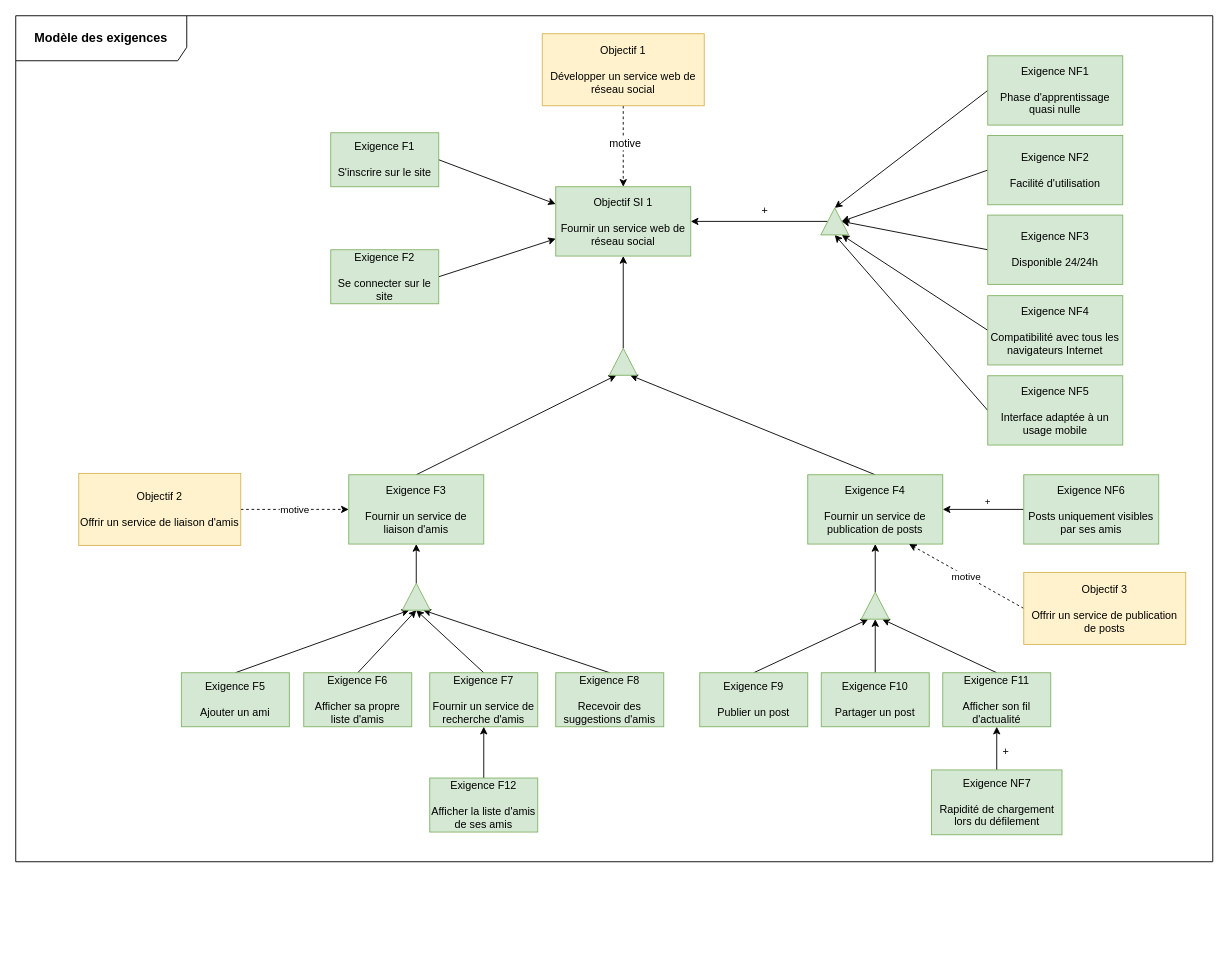
This is documentation/objectives-analysis/Exigences model.drawio from marcheimendinger/little-social-network, a draw.io file, before an edit. Source tidied: cells renumbered, new cells numbered last; positions are measured from the earlier drawing's top-left corner, leaving out a move shared by most shapes. Both pictures are drawn from the tidied source at 90%, with x=0, y=0 at pixel (15, 15).
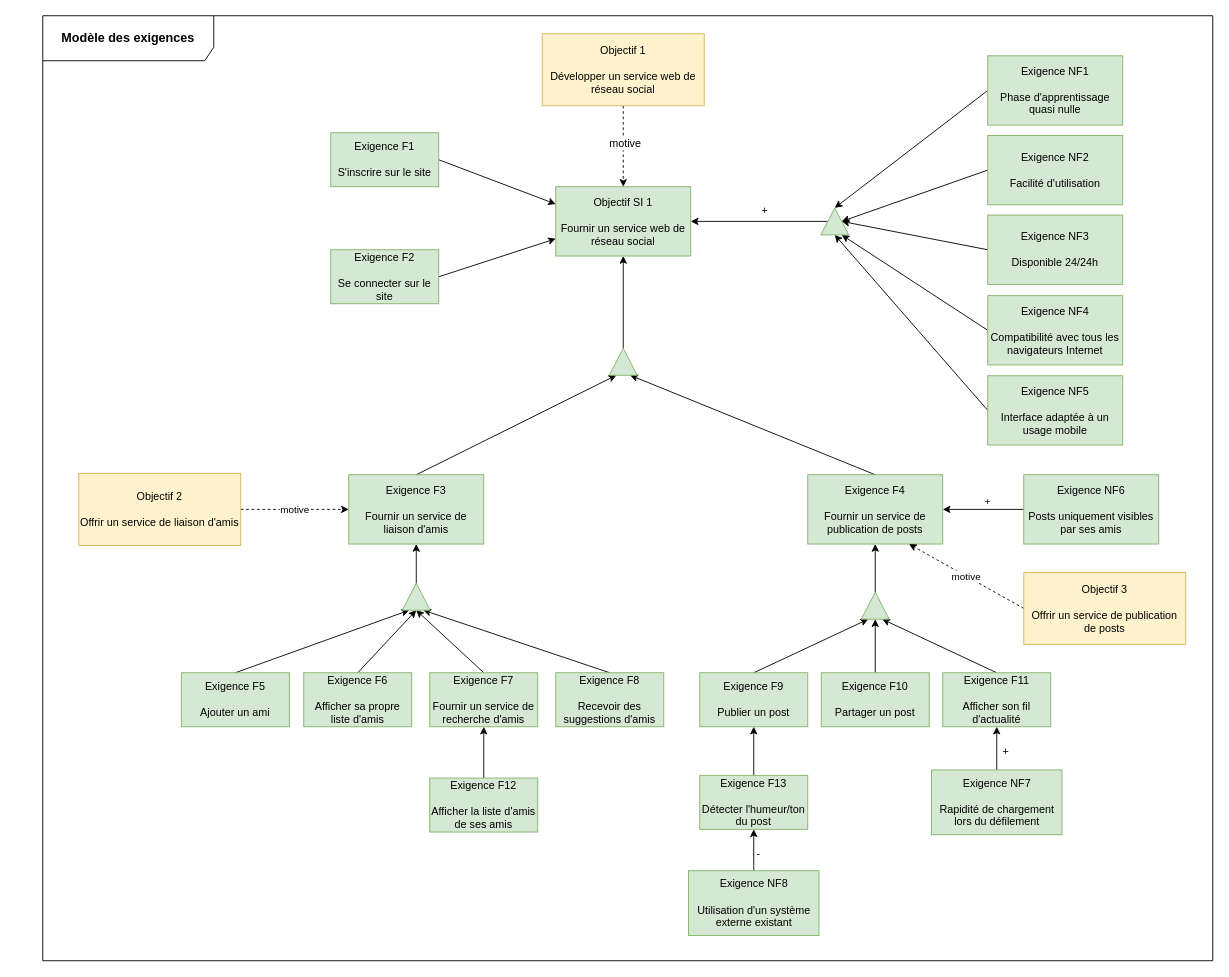
The same page after the edit.

The change refers to these unchanged cells:
```xml
<mxCell id="16" value="Exigence F9&lt;br&gt;&lt;br&gt;Publier un post&lt;br&gt;" style="rounded=0;whiteSpace=wrap;html=1;fillColor=#d5e8d4;strokeColor=#82b366;" parent="1" vertex="1">
  <mxGeometry x="760" y="730" width="120" height="60" as="geometry" />
</mxCell>
```

Diff of the diagram source:
```diff
@@
     <mxCell id="2" value="&lt;b&gt;&lt;font style=&quot;font-size: 14px&quot;&gt;Modèle des exigences&lt;/font&gt;&lt;/b&gt;" style="shape=umlFrame;whiteSpace=wrap;html=1;width=190;height=50;" parent="1" vertex="1">
-      <mxGeometry width="1330" height="940" as="geometry" />
+      <mxGeometry x="30" width="1300" height="1050" as="geometry" />
     </mxCell>
@@
+    <mxCell id="59" style="edgeStyle=none;rounded=0;jettySize=auto;html=1;exitX=0.5;exitY=0;exitDx=0;exitDy=0;entryX=0.5;entryY=1;entryDx=0;entryDy=0;" parent="1" edge="1" source="60" target="16">
+      <mxGeometry relative="1" as="geometry" />
+    </mxCell>
+    <mxCell id="60" value="Exigence F13&lt;br&gt;&lt;br&gt;Détecter l'humeur/ton du post&lt;br&gt;" style="rounded=0;whiteSpace=wrap;html=1;fillColor=#d5e8d4;strokeColor=#82b366;" parent="1" vertex="1">
+      <mxGeometry x="760" y="844" width="120" height="60" as="geometry" />
+    </mxCell>
+    <mxCell id="61" style="edgeStyle=orthogonalEdgeStyle;rounded=0;jettySize=auto;html=1;exitX=0.5;exitY=0;exitDx=0;exitDy=0;entryX=0.5;entryY=1;entryDx=0;entryDy=0;" parent="1" edge="1" source="63" target="60">
+      <mxGeometry relative="1" as="geometry" />
+    </mxCell>
+    <mxCell id="62" value="-" style="text;html=1;align=center;verticalAlign=middle;labelBackgroundColor=#ffffff;" parent="61" vertex="1">
+      <mxGeometry x="-0.17" y="1" relative="1" as="geometry">
+        <mxPoint x="5" y="-1" as="offset" />
+      </mxGeometry>
+    </mxCell>
+    <mxCell id="63" value="Exigence NF8&lt;br&gt;&lt;br&gt;Utilisation d'un système externe existant&lt;br&gt;" style="rounded=0;whiteSpace=wrap;html=1;fillColor=#d5e8d4;strokeColor=#82b366;" parent="1" vertex="1">
+      <mxGeometry x="747.5" y="950" width="145" height="72" as="geometry" />
+    </mxCell>
```
